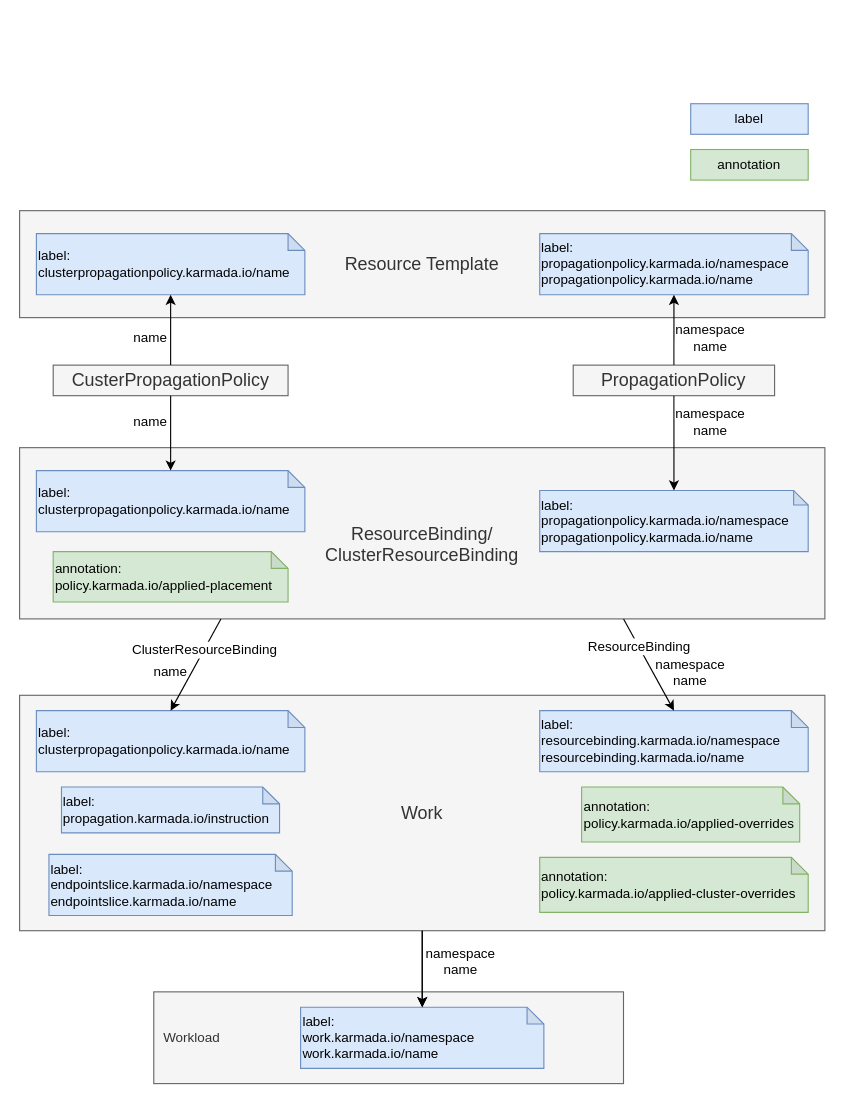
Earlier version of the draw.io diagram docs/resources/general/object-association-map.drawio (karmada-io/website). Source tidied: cells renumbered, new cells numbered last; positions are measured from the earlier drawing's top-left corner, leaving out a move shared by most shapes. Both pictures are drawn from the tidied source at 112%, with x=0, y=0 at pixel (19, 19).
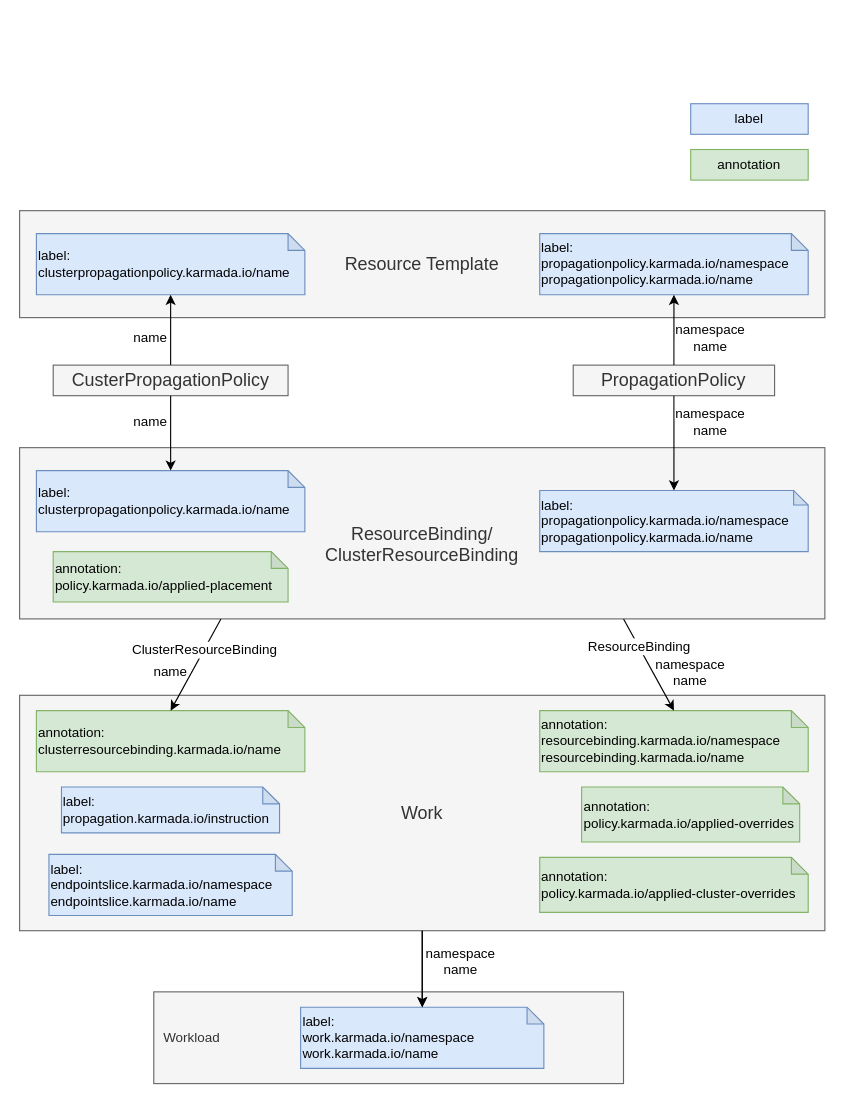
The same diagram, later.

Commit message (it also covers changes not shown here):
Update ResourceBinding label to annotation

What changed in the source:
```diff
@@
-    <mxCell id="16" value="&lt;div style=&quot;font-size: 12px;&quot;&gt;&lt;span style=&quot;font-size: 12px;&quot;&gt;label:&lt;/span&gt;&lt;/div&gt;&lt;div style=&quot;font-size: 12px;&quot;&gt;clusterpropagationpolicy.karmada.io/name&lt;br style=&quot;font-size: 12px;&quot;&gt;&lt;/div&gt;" style="shape=note;html=1;backgroundOutline=1;darkOpacity=0.05;rounded=0;fontSize=12;align=left;size=15;whiteSpace=wrap;fillColor=#dae8fc;strokeColor=#6c8ebf;" parent="1" vertex="1">
+    <mxCell id="16" value="&lt;div style=&quot;font-size: 12px;&quot;&gt;&lt;span style=&quot;font-size: 12px;&quot;&gt;annotation:&lt;/span&gt;&lt;/div&gt;&lt;div style=&quot;&quot;&gt;clusterresourcebinding.karmada.io/name&lt;br style=&quot;font-size: 12px;&quot;&gt;&lt;/div&gt;" style="shape=note;html=1;backgroundOutline=1;darkOpacity=0.05;rounded=0;fontSize=12;align=left;size=15;whiteSpace=wrap;fillColor=#d5e8d4;strokeColor=#82b366;" parent="1" vertex="1">
       <mxGeometry x="15" y="617" width="239.7" height="54.6" as="geometry" />
     </mxCell>
-    <mxCell id="17" value="&lt;div style=&quot;font-size: 12px;&quot;&gt;&lt;span style=&quot;font-size: 12px;&quot;&gt;label:&lt;/span&gt;&lt;/div&gt;&lt;div style=&quot;font-size: 12px;&quot;&gt;&lt;div style=&quot;font-size: 12px;&quot;&gt;resourcebinding.karmada.io/namespace&lt;/div&gt;&lt;div style=&quot;font-size: 12px;&quot;&gt;resourcebinding.karmada.io/name&lt;/div&gt;&lt;/div&gt;" style="shape=note;html=1;backgroundOutline=1;darkOpacity=0.05;rounded=0;fontSize=12;align=left;size=15;whiteSpace=wrap;fillColor=#dae8fc;strokeColor=#6c8ebf;" parent="1" vertex="1">
+    <mxCell id="17" value="&lt;div style=&quot;font-size: 12px;&quot;&gt;&lt;span style=&quot;font-size: 12px;&quot;&gt;annotation:&lt;/span&gt;&lt;/div&gt;&lt;div style=&quot;font-size: 12px;&quot;&gt;&lt;div style=&quot;font-size: 12px;&quot;&gt;resourcebinding.karmada.io/namespace&lt;/div&gt;&lt;div style=&quot;font-size: 12px;&quot;&gt;resourcebinding.karmada.io/name&lt;/div&gt;&lt;/div&gt;" style="shape=note;html=1;backgroundOutline=1;darkOpacity=0.05;rounded=0;fontSize=12;align=left;size=15;whiteSpace=wrap;fillColor=#d5e8d4;strokeColor=#82b366;" parent="1" vertex="1">
       <mxGeometry x="464.4" y="617" width="239.7" height="54.6" as="geometry" />
     </mxCell>
```
